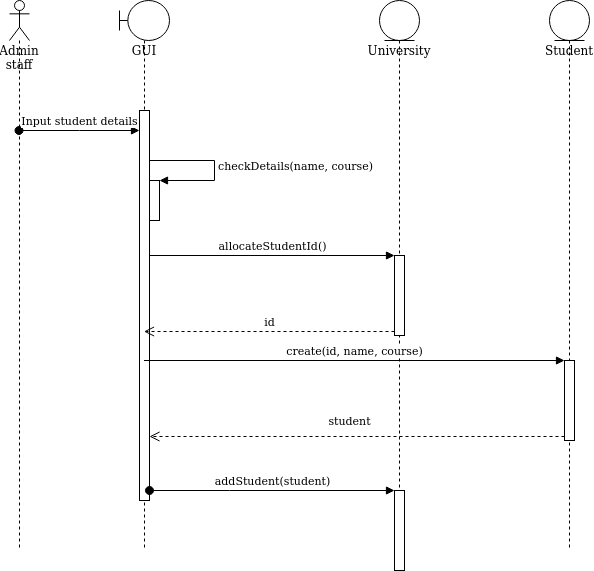
The draw.io diagram images/sequence_enrol_student.drawio.png in nwcourses/nwcourses.github.io, before a commit. Source tidied: cells renumbered, new cells last; positions are measured from the earlier drawing's top-left corner, leaving out a move shared by most shapes.
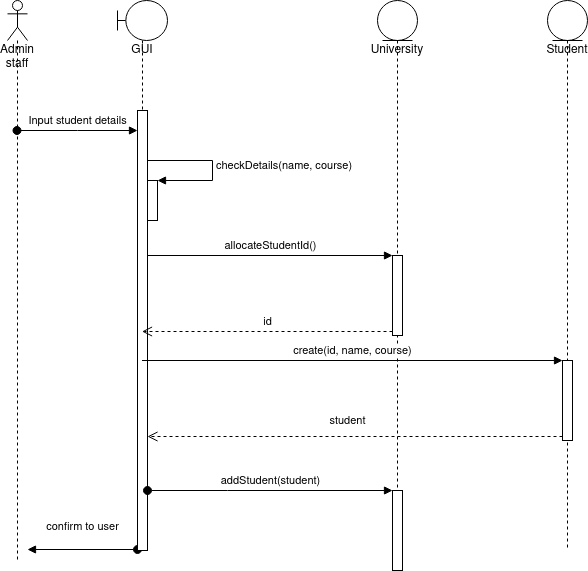
After the commit.

Commit message:
OODD robustness/sequence updates

What changed in the source:
```diff
@@ -3,13 +3,18 @@
     <mxCell id="0" />
     <mxCell id="1" parent="0" />
     <mxCell id="2" value="Admin staff" style="shape=umlLifeline;participant=umlActor;perimeter=lifelinePerimeter;whiteSpace=wrap;html=1;verticalAlign=top;spacingTop=36;outlineConnect=0;" parent="1" vertex="1">
-      <mxGeometry width="20" height="550" as="geometry" />
+      <mxGeometry width="20" height="560" as="geometry" />
     </mxCell>
+    <mxCell id="18" value="&lt;div&gt;confirm to user&lt;/div&gt;&lt;div&gt;&lt;br&gt;&lt;/div&gt;" style="html=1;verticalAlign=bottom;startArrow=oval;startFill=1;endArrow=block;startSize=8;curved=0;rounded=0;" parent="2" edge="1" source="4">
+      <mxGeometry relative="1" as="geometry">
+        <mxPoint x="20" y="549" as="targetPoint" />
+      </mxGeometry>
+    </mxCell>
     <mxCell id="3" value="GUI" style="shape=umlLifeline;participant=umlBoundary;perimeter=lifelinePerimeter;whiteSpace=wrap;html=1;verticalAlign=top;spacingTop=36;outlineConnect=0;" parent="1" vertex="1">
       <mxGeometry x="110" width="50" height="550" as="geometry" />
     </mxCell>
     <mxCell id="4" style="html=1;points=[];perimeter=orthogonalPerimeter;" parent="3" vertex="1">
-      <mxGeometry x="20" y="110" width="10" height="390" as="geometry" />
+      <mxGeometry x="20" y="110" width="10" height="440" as="geometry" />
     </mxCell>
     <mxCell id="5" style="html=1;points=[];perimeter=orthogonalPerimeter;" parent="3" vertex="1">
       <mxGeometry x="30" y="180" width="10" height="40" as="geometry" />
```
